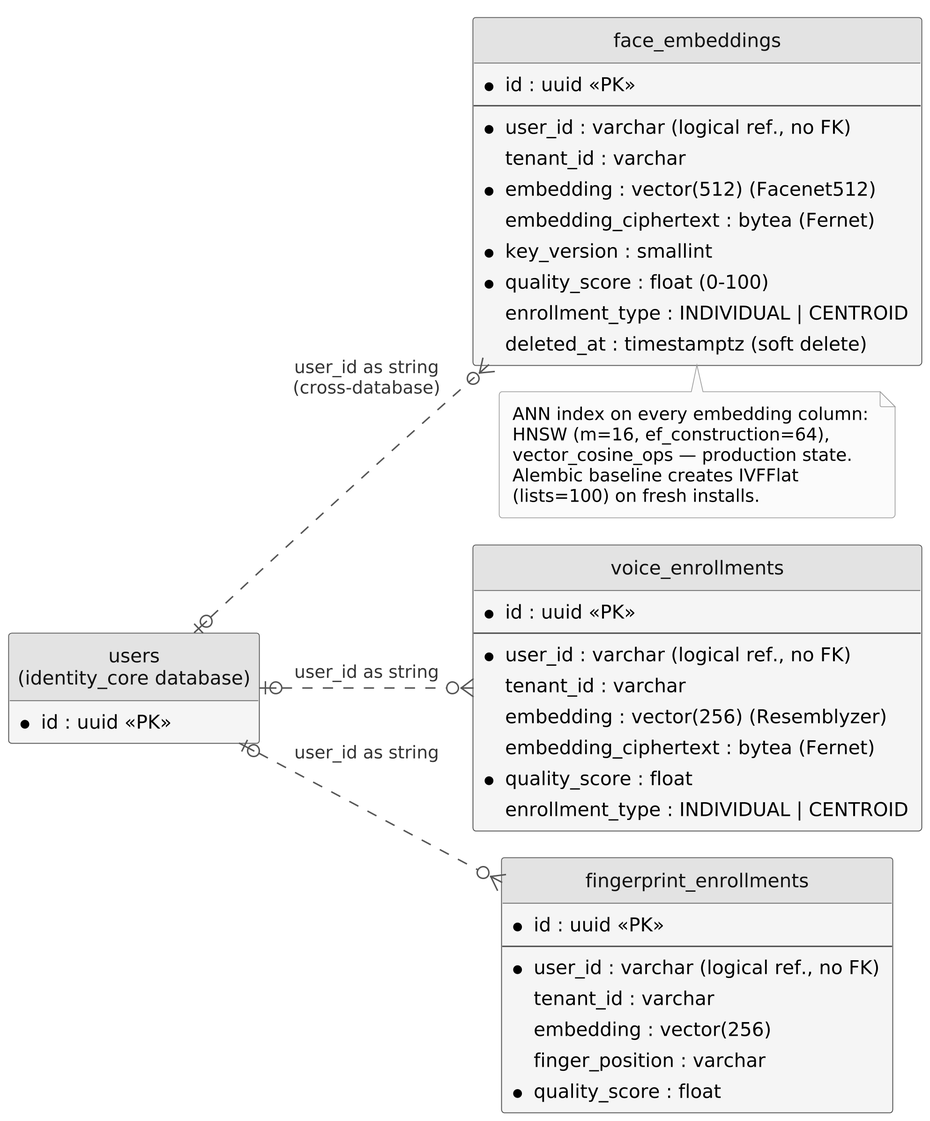
The PlantUML diagram Thesis/build/figures/er_c_biometric_store.png in Rollingcat-Software/FIVUCSAS, before a commit.
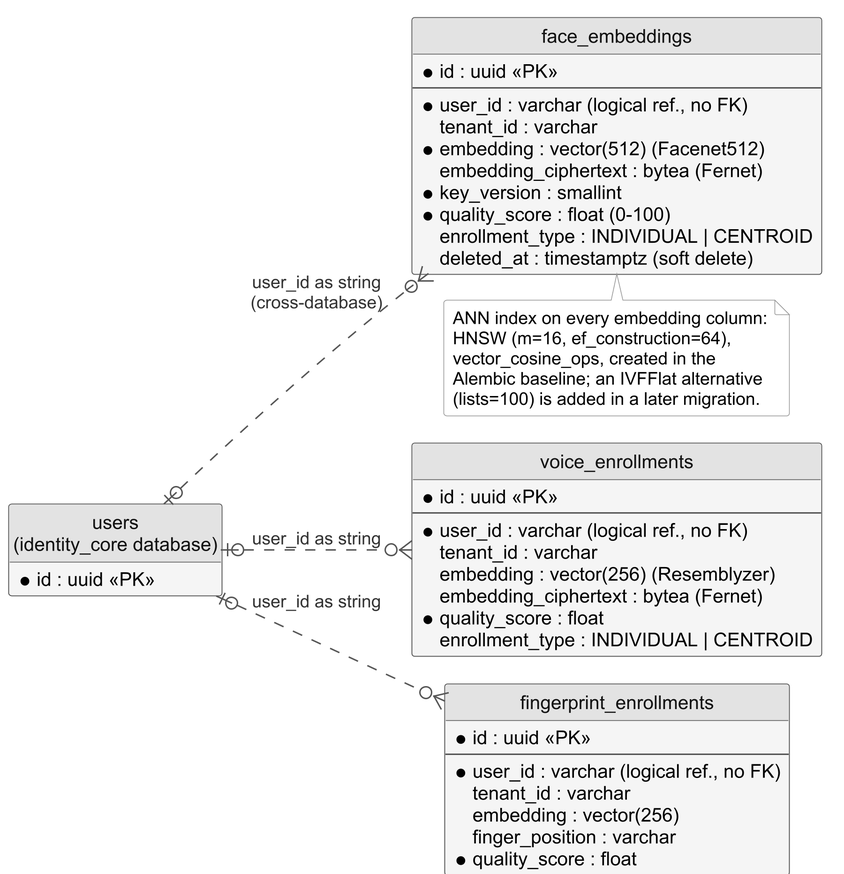
After the change.

What changed in the source:
```diff
@@ -1,5 +1,4 @@
 @startuml er_c_biometric_store
-!pragma layout smetana
 !include er_style.iuml
 left to right direction
 
@@ -48,9 +47,9 @@
 note bottom of face
   ANN index on every embedding column:
   HNSW (m=16, ef_construction=64),
-  vector_cosine_ops — production state.
-  Alembic baseline creates IVFFlat
-  (lists=100) on fresh installs.
+  vector_cosine_ops, created in the
+  Alembic baseline; an IVFFlat alternative
+  (lists=100) is added in a later migration.
 end note
 
 @enduml
```
